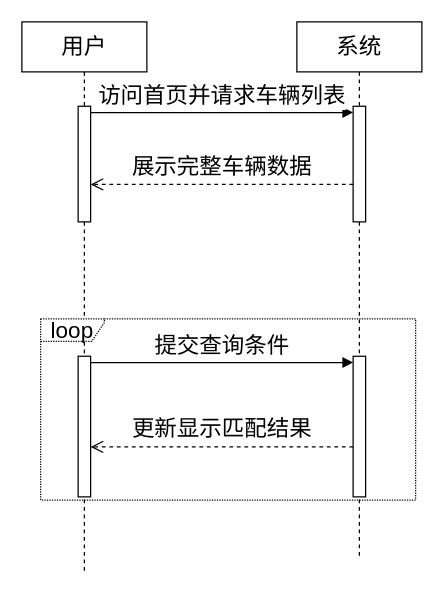
Above: page "图3-4" (2 of 7) of 时序图.drawio in blackjack2022/draw.io (draw.io), before the change. Source tidied: cells renumbered, new cells numbered last; positions are measured from the earlier drawing's top-left corner, leaving out a move shared by most shapes. Both pictures are drawn from the tidied source at 125%, with x=0, y=0 at pixel (21, 21).
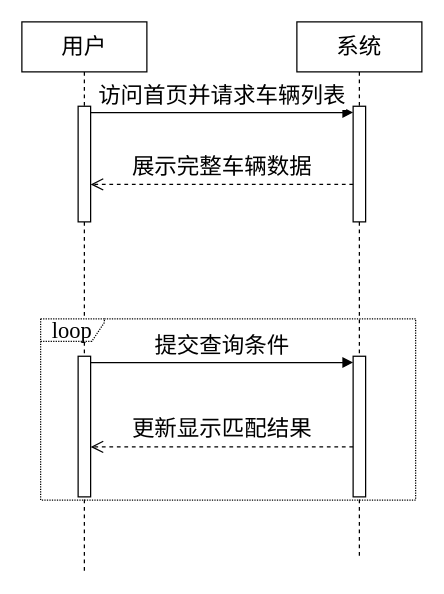
The same diagram, later.

Change to the diagram source:
```diff
@@
 <mxGraphModel>
   <root>
     <mxCell id="0" />
     <mxCell id="1" parent="0" />
     <mxCell id="2" value="用户" style="shape=umlLifeline;perimeter=lifelinePerimeter;whiteSpace=wrap;html=1;newEdgeStyle={&quot;curved&quot;:0,&quot;rounded&quot;:0};fontSize=18;fontStyle=0;fontFamily=宋体;" parent="1" vertex="1">
       <mxGeometry width="100" height="440" as="geometry" />
     </mxCell>
     <mxCell id="3" style="html=1;points=[[0,0,0,0,5],[0,1,0,0,-5],[1,0,0,0,5],[1,1,0,0,-5]];perimeter=orthogonalPerimeter;outlineConnect=0;targetShapes=umlLifeline;portConstraint=eastwest;newEdgeStyle={&quot;curved&quot;:0,&quot;rounded&quot;:0};fontFamily=宋体;fontSize=18;" parent="2" vertex="1">
       <mxGeometry x="45" y="67.5" width="10" height="92.5" as="geometry" />
     </mxCell>
     <mxCell id="4" style="html=1;points=[[0,0,0,0,5],[0,1,0,0,-5],[1,0,0,0,5],[1,1,0,0,-5]];perimeter=orthogonalPerimeter;outlineConnect=0;targetShapes=umlLifeline;portConstraint=eastwest;newEdgeStyle={&quot;curved&quot;:0,&quot;rounded&quot;:0};fontFamily=宋体;fontSize=18;" parent="2" vertex="1">
       <mxGeometry x="45" y="267.5" width="10" height="112.5" as="geometry" />
     </mxCell>
     <mxCell id="5" value="系统" style="shape=umlLifeline;perimeter=lifelinePerimeter;whiteSpace=wrap;html=1;newEdgeStyle={&quot;curved&quot;:0,&quot;rounded&quot;:0};fontSize=18;fontStyle=0;fontFamily=宋体;" parent="1" vertex="1">
       <mxGeometry x="220" width="100" height="430" as="geometry" />
     </mxCell>
     <mxCell id="6" style="html=1;points=[[0,0,0,0,5],[0,1,0,0,-5],[1,0,0,0,5],[1,1,0,0,-5]];perimeter=orthogonalPerimeter;outlineConnect=0;targetShapes=umlLifeline;portConstraint=eastwest;newEdgeStyle={&quot;curved&quot;:0,&quot;rounded&quot;:0};fontFamily=宋体;fontSize=18;" parent="5" vertex="1">
       <mxGeometry x="45" y="67.5" width="10" height="92.5" as="geometry" />
     </mxCell>
     <mxCell id="7" style="html=1;points=[[0,0,0,0,5],[0,1,0,0,-5],[1,0,0,0,5],[1,1,0,0,-5]];perimeter=orthogonalPerimeter;outlineConnect=0;targetShapes=umlLifeline;portConstraint=eastwest;newEdgeStyle={&quot;curved&quot;:0,&quot;rounded&quot;:0};fontFamily=宋体;fontSize=18;" parent="5" vertex="1">
       <mxGeometry x="45" y="267.5" width="10" height="112.5" as="geometry" />
     </mxCell>
     <mxCell id="8" value="访问首页并请求车辆列表" style="html=1;verticalAlign=bottom;endArrow=block;curved=0;rounded=0;entryX=0;entryY=0;entryDx=0;entryDy=5;fontFamily=宋体;fontSize=18;" parent="1" edge="1" source="3" target="6">
       <mxGeometry relative="1" as="geometry" />
     </mxCell>
     <mxCell id="9" value="展示完整车辆数据" style="html=1;verticalAlign=bottom;endArrow=open;dashed=1;endSize=8;curved=0;rounded=0;fontFamily=宋体;fontSize=18;" parent="1" edge="1">
       <mxGeometry relative="1" as="geometry">
         <mxPoint x="265" y="130" as="sourcePoint" />
         <mxPoint x="55" y="130" as="targetPoint" />
       </mxGeometry>
     </mxCell>
     <mxCell id="10" value="提交查询条件" style="html=1;verticalAlign=bottom;endArrow=block;curved=0;rounded=0;entryX=0;entryY=0;entryDx=0;entryDy=5;exitX=1;exitY=0;exitDx=0;exitDy=5;exitPerimeter=0;fontFamily=宋体;fontSize=18;" parent="1" edge="1" source="4" target="7">
       <mxGeometry relative="1" as="geometry" />
     </mxCell>
-    <mxCell id="11" value="loop" style="shape=umlFrame;whiteSpace=wrap;html=1;width=51;dashed=1;height=18;fontSize=18;fontFamily=宋体;dashPattern=1 1;" parent="1" vertex="1">
+    <mxCell id="11" value="&lt;font face=&quot;Times New Roman&quot;&gt;loop&lt;/font&gt;" style="shape=umlFrame;whiteSpace=wrap;html=1;width=51;dashed=1;height=18;fontSize=18;fontFamily=宋体;dashPattern=1 1;" parent="1" vertex="1">
       <mxGeometry x="15" y="237.5" width="300" height="145" as="geometry" />
     </mxCell>
     <mxCell id="12" value="更新显示匹配结果" style="html=1;verticalAlign=bottom;endArrow=open;dashed=1;endSize=8;curved=0;rounded=0;fontFamily=宋体;fontSize=18;" parent="11" edge="1">
       <mxGeometry relative="1" as="geometry">
         <mxPoint x="250" y="102.5" as="sourcePoint" />
         <mxPoint x="40" y="102.5" as="targetPoint" />
       </mxGeometry>
     </mxCell>
   </root>
 </mxGraphModel>
```
